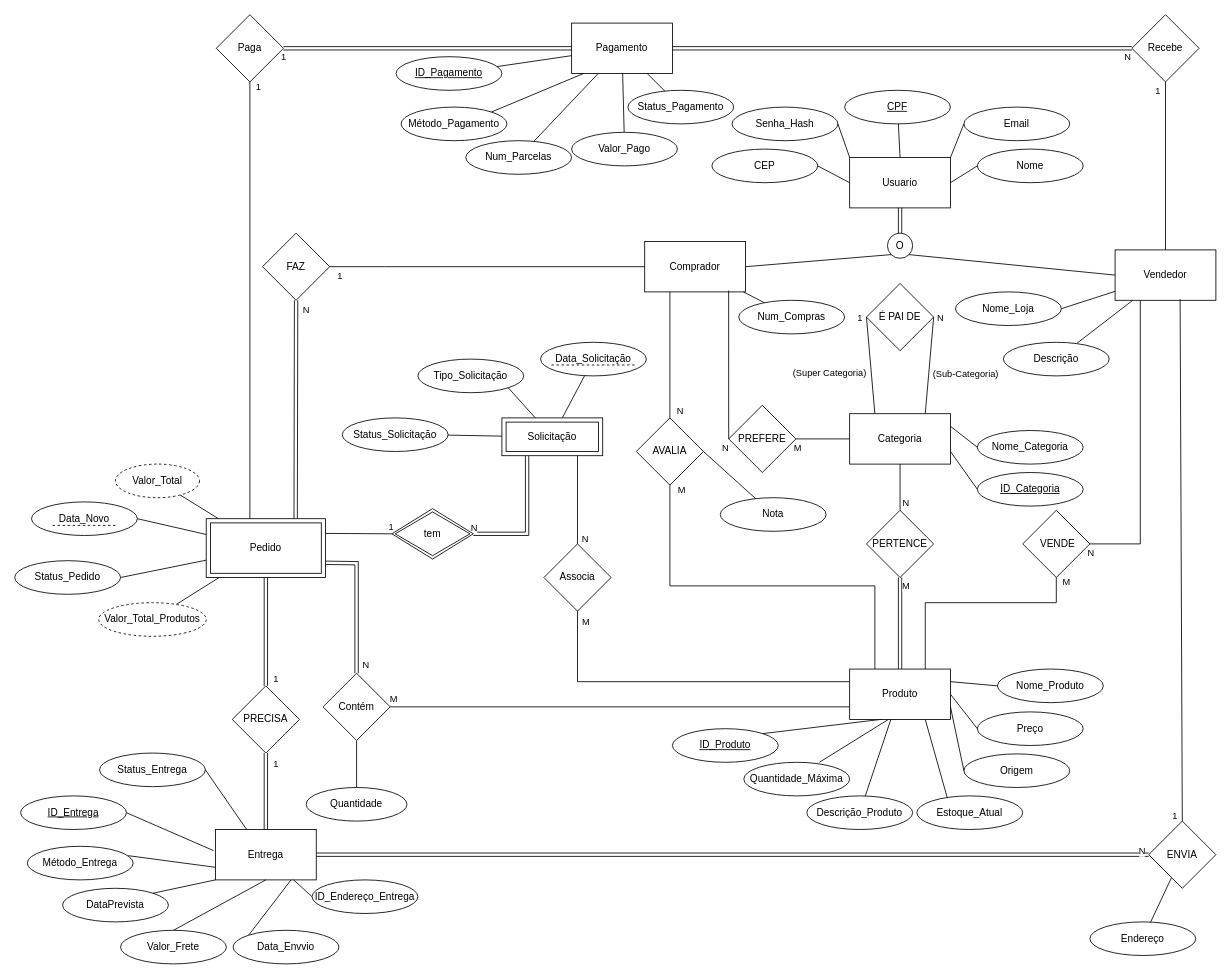
Above: database/diagrams/DEER final NM.drawio in Sepakku/trabalho-final-bd1 (draw.io), before the change. Source tidied: cells renumbered, new cells numbered last; positions are measured from the earlier drawing's top-left corner, leaving out a move shared by most shapes. Both pictures are drawn from the tidied source at 84%, with x=0, y=0 at pixel (14, 14).
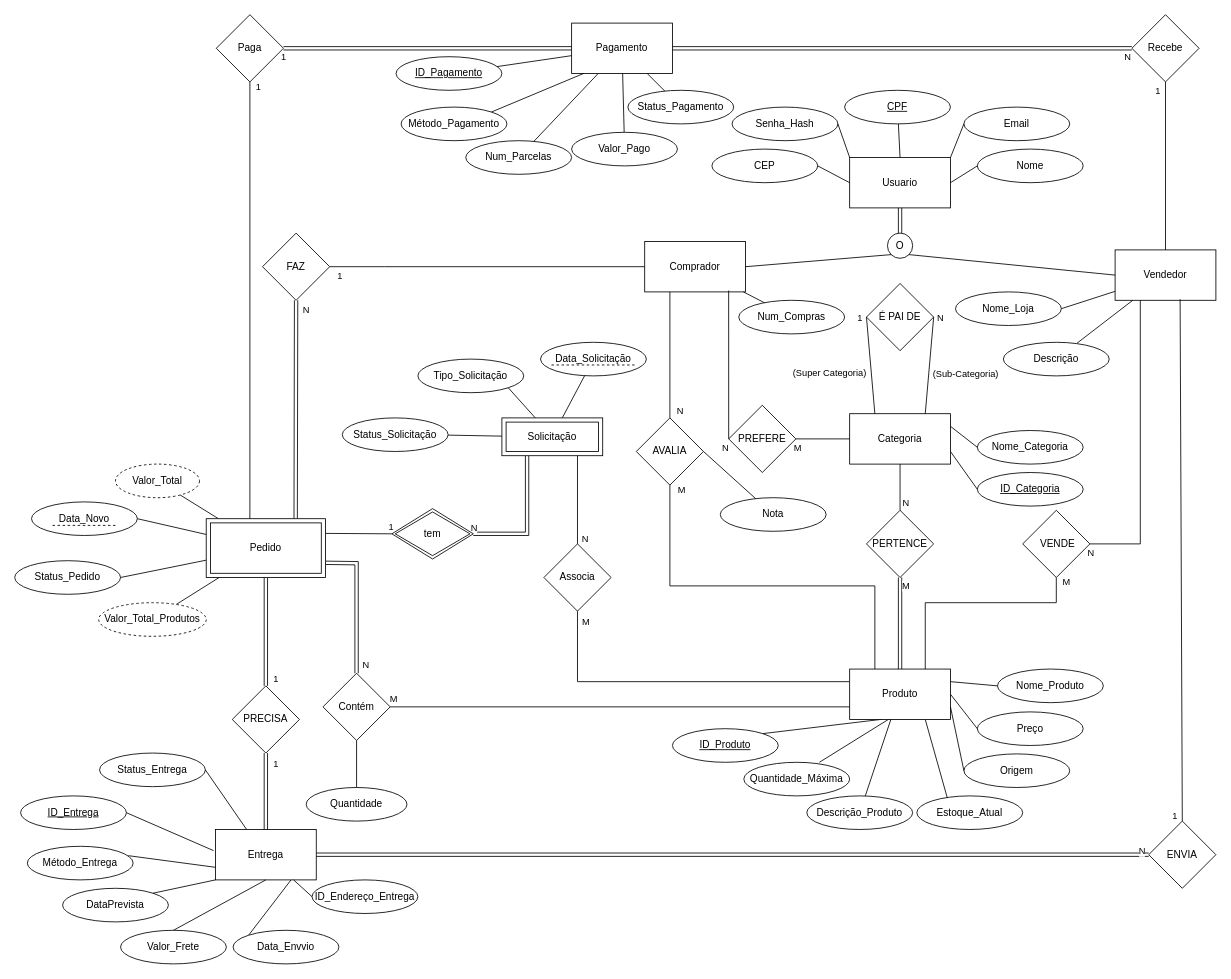
The same page after the edit.

The change refers to these unchanged cells:
```xml
<mxCell id="93" value="ENVIA" style="rhombus;whiteSpace=wrap;html=1;labelBackgroundColor=none;" parent="1" vertex="1">
  <mxGeometry x="1350" y="960" width="80" height="80" as="geometry" />
</mxCell>
```

The edit, as a diff of the source:
```diff
@@
-    <mxCell id="137" value="Endereço" style="ellipse;whiteSpace=wrap;html=1;labelBackgroundColor=none;" parent="1" vertex="1">
-      <mxGeometry x="1280" y="1080" width="126" height="40" as="geometry" />
-    </mxCell>
-    <mxCell id="138" style="endArrow=none;html=1;rounded=0;labelBackgroundColor=none;fontColor=default;" parent="1" edge="1" source="93" target="137">
-      <mxGeometry relative="1" as="geometry" />
-    </mxCell>
```
